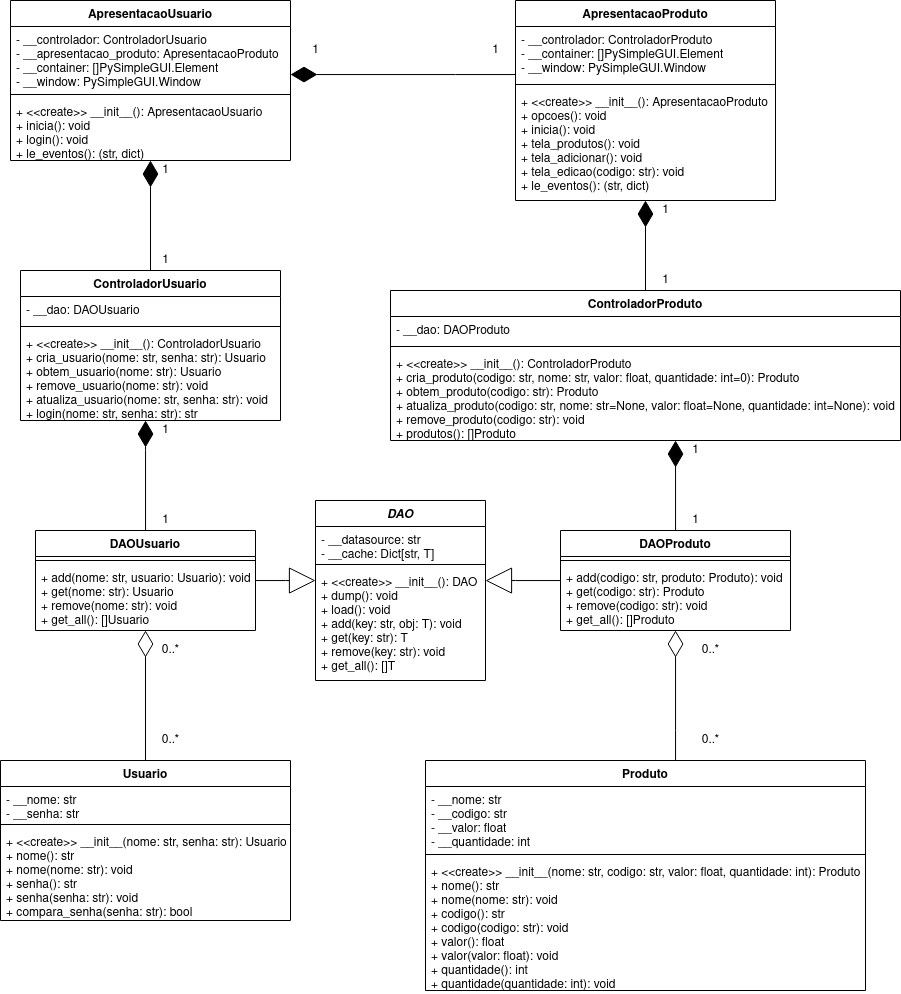
The draw.io diagram UML.png in GianOrtiz/ine5404-exemplo-mvc, before a commit. Source tidied: cells renumbered, new cells last; positions are measured from the earlier drawing's top-left corner, leaving out a move shared by most shapes.
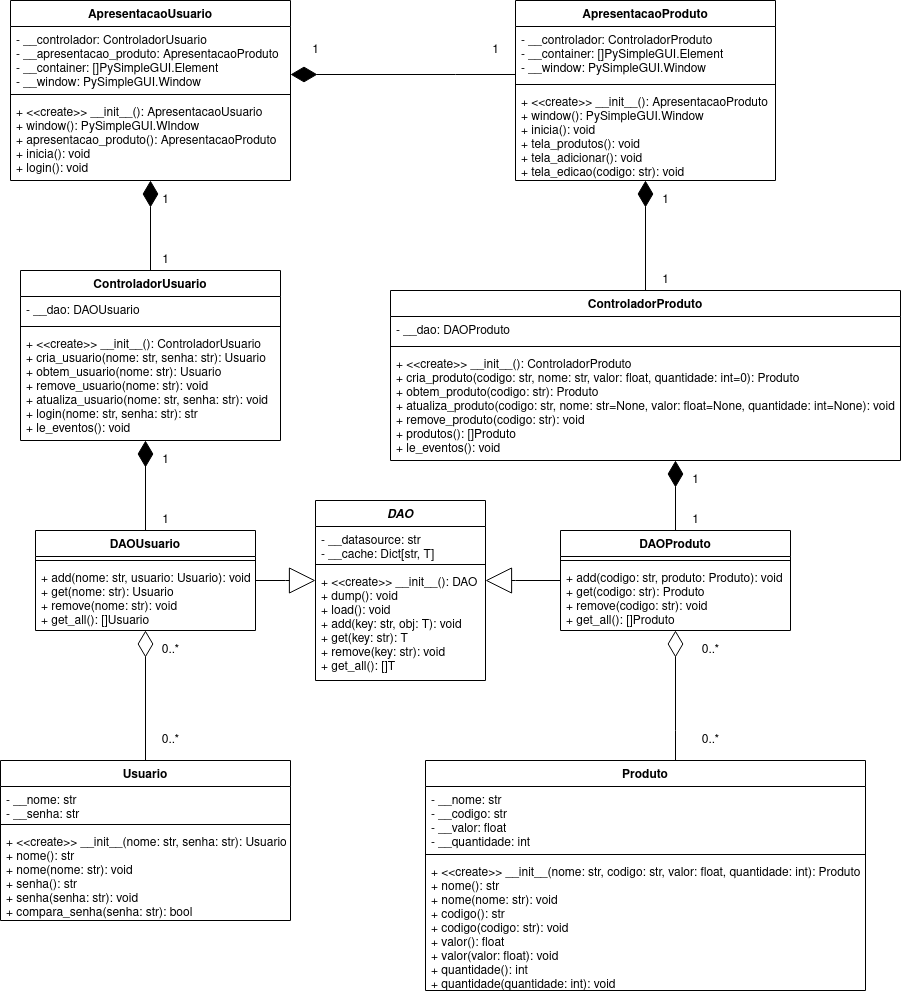
After the change.

What changed in the source:
```diff
@@ -3,7 +3,7 @@
     <mxCell id="0" />
     <mxCell id="1" parent="0" />
     <mxCell id="2" value="ApresentacaoUsuario" style="swimlane;fontStyle=1;align=center;verticalAlign=top;horizontal=1;startSize=26;" parent="1" vertex="1">
-      <mxGeometry x="10" width="280" height="160" as="geometry" />
+      <mxGeometry x="10" width="280" height="180" as="geometry" />
     </mxCell>
     <mxCell id="3" value="- __controlador: ControladorUsuario&#10;- __apresentacao_produto: ApresentacaoProduto&#10;- __container: []PySimpleGUI.Element&#10;- __window: PySimpleGUI.Window" style="text;strokeColor=none;fillColor=none;align=left;verticalAlign=top;spacingLeft=4;spacingRight=4;overflow=hidden;points=[[0,0.5],[1,0.5]];portConstraint=eastwest;" parent="2" vertex="1">
       <mxGeometry y="26" width="280" height="64" as="geometry" />
@@ -11,8 +11,8 @@
     <mxCell id="4" style="line;strokeWidth=1;fillColor=none;align=left;verticalAlign=middle;spacingTop=-1;spacingLeft=3;spacingRight=3;labelPosition=right;" parent="2" vertex="1">
       <mxGeometry y="90" width="280" height="8" as="geometry" />
     </mxCell>
-    <mxCell id="5" value="+ &lt;&lt;create&gt;&gt; __init__(): ApresentacaoUsuario&#10;+ inicia(): void&#10;+ login(): void&#10;+ le_eventos(): (str, dict)" style="text;strokeColor=none;fillColor=none;align=left;verticalAlign=top;spacingLeft=4;spacingRight=4;overflow=hidden;" parent="2" vertex="1">
-      <mxGeometry y="98" width="280" height="62" as="geometry" />
+    <mxCell id="5" value="+ &lt;&lt;create&gt;&gt; __init__(): ApresentacaoUsuario&#10;+ window(): PySimpleGUI.WIndow&#10;+ apresentacao_produto(): ApresentacaoProduto&#10;+ inicia(): void&#10;+ login(): void" style="text;strokeColor=none;fillColor=none;align=left;verticalAlign=top;spacingLeft=4;spacingRight=4;overflow=hidden;" parent="2" vertex="1">
+      <mxGeometry y="98" width="280" height="82" as="geometry" />
     </mxCell>
     <mxCell id="6" style="edgeStyle=orthogonalEdgeStyle;rounded=0;jettySize=auto;html=1;startArrow=none;startFill=0;endArrow=diamondThin;endFill=1;startSize=24;endSize=24;" parent="1" edge="1" source="7" target="3">
       <mxGeometry relative="1" as="geometry">
@@ -23,7 +23,7 @@
       </mxGeometry>
     </mxCell>
     <mxCell id="7" value="ApresentacaoProduto" style="swimlane;fontStyle=1;align=center;verticalAlign=top;horizontal=1;startSize=26;" parent="1" vertex="1">
-      <mxGeometry x="515" width="260" height="200" as="geometry" />
+      <mxGeometry x="515" width="260" height="180" as="geometry" />
     </mxCell>
     <mxCell id="8" value="- __controlador: ControladorProduto&#10;- __container: []PySimpleGUI.Element&#10;- __window: PySimpleGUI.Window&#10;" style="text;strokeColor=none;fillColor=none;align=left;verticalAlign=top;spacingLeft=4;spacingRight=4;overflow=hidden;" parent="7" vertex="1">
       <mxGeometry y="26" width="260" height="54" as="geometry" />
@@ -31,8 +31,8 @@
     <mxCell id="9" style="line;strokeWidth=1;fillColor=none;align=left;verticalAlign=middle;spacingTop=-1;spacingLeft=3;spacingRight=3;labelPosition=right;" parent="7" vertex="1">
       <mxGeometry y="80" width="260" height="8" as="geometry" />
     </mxCell>
-    <mxCell id="10" value="+ &lt;&lt;create&gt;&gt; __init__(): ApresentacaoProduto&#10;+ opcoes(): void&#10;+ inicia(): void&#10;+ tela_produtos(): void&#10;+ tela_adicionar(): void&#10;+ tela_edicao(codigo: str): void&#10;+ le_eventos(): (str, dict)&#10;" style="text;strokeColor=none;fillColor=none;align=left;verticalAlign=top;spacingLeft=4;spacingRight=4;overflow=hidden;" parent="7" vertex="1">
-      <mxGeometry y="88" width="260" height="112" as="geometry" />
+    <mxCell id="10" value="+ &lt;&lt;create&gt;&gt; __init__(): ApresentacaoProduto&#10;+ window(): PySimpleGUI.Window&#10;+ inicia(): void&#10;+ tela_produtos(): void&#10;+ tela_adicionar(): void&#10;+ tela_edicao(codigo: str): void&#10;" style="text;strokeColor=none;fillColor=none;align=left;verticalAlign=top;spacingLeft=4;spacingRight=4;overflow=hidden;" parent="7" vertex="1">
+      <mxGeometry y="88" width="260" height="92" as="geometry" />
     </mxCell>
     <mxCell id="11" value="1" style="text;html=1;align=center;verticalAlign=middle;strokeColor=none;" parent="1" vertex="1">
       <mxGeometry x="305" y="40" width="20" height="20" as="geometry" />
@@ -106,7 +106,7 @@
       <mxGeometry relative="1" as="geometry" />
     </mxCell>
     <mxCell id="28" value="ControladorUsuario" style="swimlane;fontStyle=1;align=center;verticalAlign=top;horizontal=1;startSize=26;" parent="1" vertex="1">
-      <mxGeometry x="20" y="270" width="260" height="150" as="geometry" />
+      <mxGeometry x="20" y="270" width="260" height="170" as="geometry" />
     </mxCell>
     <mxCell id="29" value="- __dao: DAOUsuario" style="text;strokeColor=none;fillColor=none;align=left;verticalAlign=top;spacingLeft=4;spacingRight=4;overflow=hidden;" parent="28" vertex="1">
       <mxGeometry y="26" width="260" height="26" as="geometry" />
@@ -114,8 +114,8 @@
     <mxCell id="30" style="line;strokeWidth=1;fillColor=none;align=left;verticalAlign=middle;spacingTop=-1;spacingLeft=3;spacingRight=3;labelPosition=right;" parent="28" vertex="1">
       <mxGeometry y="52" width="260" height="8" as="geometry" />
     </mxCell>
-    <mxCell id="31" value="+ &lt;&lt;create&gt;&gt; __init__(): ControladorUsuario&#10;+ cria_usuario(nome: str, senha: str): Usuario&#10;+ obtem_usuario(nome: str): Usuario&#10;+ remove_usuario(nome: str): void&#10;+ atualiza_usuario(nome: str, senha: str): void&#10;+ login(nome: str, senha: str): str&#10;" style="text;strokeColor=none;fillColor=none;align=left;verticalAlign=top;spacingLeft=4;spacingRight=4;overflow=hidden;" parent="28" vertex="1">
-      <mxGeometry y="60" width="260" height="90" as="geometry" />
+    <mxCell id="31" value="+ &lt;&lt;create&gt;&gt; __init__(): ControladorUsuario&#10;+ cria_usuario(nome: str, senha: str): Usuario&#10;+ obtem_usuario(nome: str): Usuario&#10;+ remove_usuario(nome: str): void&#10;+ atualiza_usuario(nome: str, senha: str): void&#10;+ login(nome: str, senha: str): str&#10;+ le_eventos(): void&#10;&#10;" style="text;strokeColor=none;fillColor=none;align=left;verticalAlign=top;spacingLeft=4;spacingRight=4;overflow=hidden;" parent="28" vertex="1">
+      <mxGeometry y="60" width="260" height="110" as="geometry" />
     </mxCell>
     <mxCell id="32" style="edgeStyle=orthogonalEdgeStyle;rounded=0;jettySize=auto;html=1;endArrow=diamondThin;endFill=0;endSize=24;" parent="1" edge="1" source="33" target="19">
       <mxGeometry relative="1" as="geometry" />
@@ -136,7 +136,7 @@
       <mxGeometry relative="1" as="geometry" />
     </mxCell>
     <mxCell id="38" value="ControladorProduto" style="swimlane;fontStyle=1;align=center;verticalAlign=top;horizontal=1;startSize=26;" parent="1" vertex="1">
-      <mxGeometry x="390" y="290" width="510" height="150" as="geometry" />
+      <mxGeometry x="390" y="290" width="510" height="170" as="geometry" />
     </mxCell>
     <mxCell id="39" value="- __dao: DAOProduto" style="text;strokeColor=none;fillColor=none;align=left;verticalAlign=top;spacingLeft=4;spacingRight=4;overflow=hidden;" parent="38" vertex="1">
       <mxGeometry y="26" width="510" height="26" as="geometry" />
@@ -144,8 +144,8 @@
     <mxCell id="40" style="line;strokeWidth=1;fillColor=none;align=left;verticalAlign=middle;spacingTop=-1;spacingLeft=3;spacingRight=3;labelPosition=right;" parent="38" vertex="1">
       <mxGeometry y="52" width="510" height="8" as="geometry" />
     </mxCell>
-    <mxCell id="41" value="+ &lt;&lt;create&gt;&gt; __init__(): ControladorProduto&#10;+ cria_produto(codigo: str, nome: str, valor: float, quantidade: int=0): Produto&#10;+ obtem_produto(codigo: str): Produto&#10;+ atualiza_produto(codigo: str, nome: str=None, valor: float=None, quantidade: int=None): void&#10;+ remove_produto(codigo: str): void&#10;+ produtos(): []Produto&#10;&#10;" style="text;strokeColor=none;fillColor=none;align=left;verticalAlign=top;spacingLeft=4;spacingRight=4;overflow=hidden;" parent="38" vertex="1">
-      <mxGeometry y="60" width="510" height="90" as="geometry" />
+    <mxCell id="41" value="+ &lt;&lt;create&gt;&gt; __init__(): ControladorProduto&#10;+ cria_produto(codigo: str, nome: str, valor: float, quantidade: int=0): Produto&#10;+ obtem_produto(codigo: str): Produto&#10;+ atualiza_produto(codigo: str, nome: str=None, valor: float=None, quantidade: int=None): void&#10;+ remove_produto(codigo: str): void&#10;+ produtos(): []Produto&#10;+ le_eventos(): void&#10;" style="text;strokeColor=none;fillColor=none;align=left;verticalAlign=top;spacingLeft=4;spacingRight=4;overflow=hidden;" parent="38" vertex="1">
+      <mxGeometry y="60" width="510" height="110" as="geometry" />
     </mxCell>
     <mxCell id="42" style="edgeStyle=orthogonalEdgeStyle;rounded=0;jettySize=auto;html=1;endArrow=diamondThin;endFill=0;endSize=24;" parent="1" edge="1" source="43" target="24">
       <mxGeometry relative="1" as="geometry">
@@ -171,7 +171,7 @@
       <mxGeometry relative="1" as="geometry" />
     </mxCell>
     <mxCell id="48" value="1" style="text;html=1;align=center;verticalAlign=middle;strokeColor=none;" parent="1" vertex="1">
-      <mxGeometry x="155" y="160" width="20" height="20" as="geometry" />
+      <mxGeometry x="155" y="190" width="20" height="20" as="geometry" />
     </mxCell>
     <mxCell id="49" value="1" style="text;html=1;align=center;verticalAlign=middle;strokeColor=none;" parent="1" vertex="1">
       <mxGeometry x="155" y="250" width="20" height="20" as="geometry" />
@@ -180,10 +180,10 @@
       <mxGeometry x="655" y="270" width="20" height="20" as="geometry" />
     </mxCell>
     <mxCell id="51" value="1" style="text;html=1;align=center;verticalAlign=middle;strokeColor=none;" parent="1" vertex="1">
-      <mxGeometry x="655" y="200" width="20" height="20" as="geometry" />
+      <mxGeometry x="655" y="190" width="20" height="20" as="geometry" />
     </mxCell>
     <mxCell id="52" value="1" style="text;html=1;align=center;verticalAlign=middle;strokeColor=none;" parent="1" vertex="1">
-      <mxGeometry x="685" y="440" width="20" height="20" as="geometry" />
+      <mxGeometry x="685" y="470" width="20" height="20" as="geometry" />
     </mxCell>
     <mxCell id="53" value="1" style="text;html=1;align=center;verticalAlign=middle;strokeColor=none;" parent="1" vertex="1">
       <mxGeometry x="685" y="510" width="20" height="20" as="geometry" />
@@ -201,7 +201,7 @@
       <mxGeometry x="155" y="730" width="30" height="20" as="geometry" />
     </mxCell>
     <mxCell id="58" value="1" style="text;html=1;align=center;verticalAlign=middle;strokeColor=none;" parent="1" vertex="1">
-      <mxGeometry x="155" y="420" width="20" height="20" as="geometry" />
+      <mxGeometry x="155" y="450" width="20" height="20" as="geometry" />
     </mxCell>
     <mxCell id="59" value="1" style="text;html=1;align=center;verticalAlign=middle;strokeColor=none;" parent="1" vertex="1">
       <mxGeometry x="155" y="510" width="20" height="20" as="geometry" />
```
